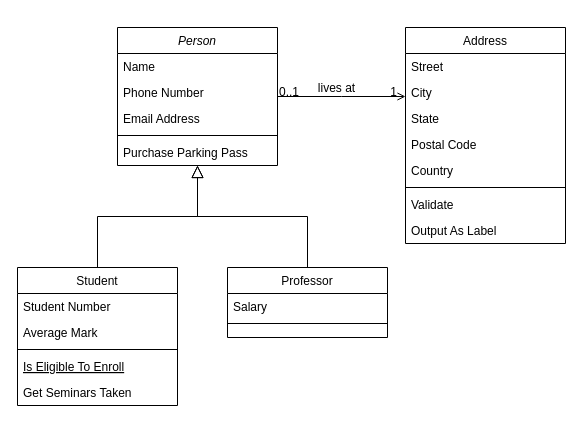
This is 小论文数据格式.drawio from qw-null/drawio, a draw.io file, before an edit. Source tidied: cells renumbered, new cells numbered last; positions are measured from the earlier drawing's top-left corner, leaving out a move shared by most shapes. Both pictures are drawn from the tidied source at 100%, with x=0, y=0 at pixel (17, 27).
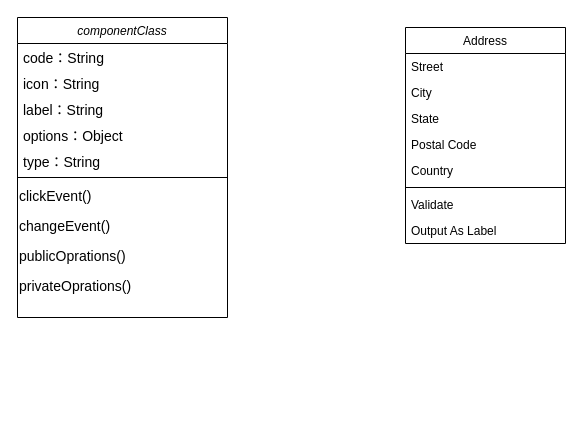
The same diagram, later.

Commit message:
更新小论文数据格式.drawio

The change refers to these unchanged cells:
```xml
<mxCell id="19" value="Address" style="swimlane;fontStyle=0;align=center;verticalAlign=top;horizontal=1;startSize=26;rounded=0;shadow=0;strokeWidth=1;" parent="1" vertex="1">
  <mxGeometry x="388" width="160" height="216" as="geometry" />
</mxCell>
```

What changed in the source:
```diff
@@
-    <mxCell id="2" value="Person" style="swimlane;fontStyle=2;align=center;verticalAlign=top;horizontal=1;startSize=26;rounded=0;shadow=0;strokeWidth=1;" parent="1" vertex="1">
-      <mxGeometry x="100" width="160" height="138" as="geometry" />
+    <mxCell id="2" value="componentClass" style="swimlane;fontStyle=2;align=center;verticalAlign=top;horizontal=1;startSize=26;rounded=0;shadow=0;strokeWidth=1;" parent="1" vertex="1">
+      <mxGeometry y="-10" width="210" height="300" as="geometry" />
     </mxCell>
-    <mxCell id="3" value="Name" style="text;align=left;verticalAlign=top;spacingLeft=4;spacingRight=4;overflow=hidden;" parent="2" vertex="1">
-      <mxGeometry y="26" width="160" height="26" as="geometry" />
+    <mxCell id="3" value="code：String" style="text;align=left;verticalAlign=top;spacingLeft=4;spacingRight=4;overflow=hidden;fontSize=14;" parent="2" vertex="1">
+      <mxGeometry y="26" width="210" height="26" as="geometry" />
     </mxCell>
-    <mxCell id="4" value="Phone Number" style="text;align=left;verticalAlign=top;spacingLeft=4;spacingRight=4;overflow=hidden;rounded=0;shadow=0;html=0;" parent="2" vertex="1">
-      <mxGeometry y="52" width="160" height="26" as="geometry" />
+    <mxCell id="4" value="icon：String" style="text;align=left;verticalAlign=top;spacingLeft=4;spacingRight=4;overflow=hidden;rounded=0;shadow=0;html=0;fontSize=14;" parent="2" vertex="1">
+      <mxGeometry y="52" width="210" height="26" as="geometry" />
     </mxCell>
-    <mxCell id="5" value="Email Address" style="text;align=left;verticalAlign=top;spacingLeft=4;spacingRight=4;overflow=hidden;rounded=0;shadow=0;html=0;" parent="2" vertex="1">
-      <mxGeometry y="78" width="160" height="26" as="geometry" />
+    <mxCell id="5" value="label：String" style="text;align=left;verticalAlign=top;spacingLeft=4;spacingRight=4;overflow=hidden;rounded=0;shadow=0;html=0;fontSize=14;" parent="2" vertex="1">
+      <mxGeometry y="78" width="210" height="26" as="geometry" />
     </mxCell>
+    <mxCell id="32" value="options：Object" style="text;align=left;verticalAlign=top;spacingLeft=4;spacingRight=4;overflow=hidden;rounded=0;shadow=0;html=0;fontSize=14;" parent="2" vertex="1">
+      <mxGeometry y="104" width="210" height="26" as="geometry" />
+    </mxCell>
+    <mxCell id="33" value="type：String" style="text;align=left;verticalAlign=top;spacingLeft=4;spacingRight=4;overflow=hidden;rounded=0;shadow=0;html=0;fontSize=14;" parent="2" vertex="1">
+      <mxGeometry y="130" width="210" height="26" as="geometry" />
+    </mxCell>
     <mxCell id="6" style="line;html=1;strokeWidth=1;align=left;verticalAlign=middle;spacingTop=-1;spacingLeft=3;spacingRight=3;labelPosition=right;" parent="2" vertex="1">
-      <mxGeometry y="104" width="160" height="8" as="geometry" />
+      <mxGeometry y="156" width="210" height="8" as="geometry" />
     </mxCell>
-    <mxCell id="7" value="Purchase Parking Pass" style="text;align=left;verticalAlign=top;spacingLeft=4;spacingRight=4;overflow=hidden;" parent="2" vertex="1">
-      <mxGeometry y="112" width="160" height="26" as="geometry" />
-    </mxCell>
-    <mxCell id="8" value="Student" style="swimlane;fontStyle=0;align=center;verticalAlign=top;horizontal=1;startSize=26;rounded=0;shadow=0;strokeWidth=1;" parent="1" vertex="1">
-      <mxGeometry y="240" width="160" height="138" as="geometry" />
-    </mxCell>
-    <mxCell id="9" value="Student Number" style="text;align=left;verticalAlign=top;spacingLeft=4;spacingRight=4;overflow=hidden;" parent="8" vertex="1">
-      <mxGeometry y="26" width="160" height="26" as="geometry" />
-    </mxCell>
-    <mxCell id="10" value="Average Mark" style="text;align=left;verticalAlign=top;spacingLeft=4;spacingRight=4;overflow=hidden;rounded=0;shadow=0;html=0;" parent="8" vertex="1">
-      <mxGeometry y="52" width="160" height="26" as="geometry" />
-    </mxCell>
-    <mxCell id="11" style="line;html=1;strokeWidth=1;align=left;verticalAlign=middle;spacingTop=-1;spacingLeft=3;spacingRight=3;labelPosition=right;" parent="8" vertex="1">
-      <mxGeometry y="78" width="160" height="8" as="geometry" />
-    </mxCell>
-    <mxCell id="12" value="Is Eligible To Enroll" style="text;align=left;verticalAlign=top;spacingLeft=4;spacingRight=4;overflow=hidden;fontStyle=4;" parent="8" vertex="1">
-      <mxGeometry y="86" width="160" height="26" as="geometry" />
-    </mxCell>
-    <mxCell id="13" value="Get Seminars Taken" style="text;align=left;verticalAlign=top;spacingLeft=4;spacingRight=4;overflow=hidden;" parent="8" vertex="1">
-      <mxGeometry y="112" width="160" height="26" as="geometry" />
-    </mxCell>
-    <mxCell id="14" style="endArrow=block;endSize=10;endFill=0;shadow=0;strokeWidth=1;rounded=0;edgeStyle=elbowEdgeStyle;elbow=vertical;" parent="1" edge="1" source="8" target="2">
-      <mxGeometry relative="1" as="geometry" />
-    </mxCell>
-    <mxCell id="15" value="Professor" style="swimlane;fontStyle=0;align=center;verticalAlign=top;horizontal=1;startSize=26;rounded=0;shadow=0;strokeWidth=1;" parent="1" vertex="1">
-      <mxGeometry x="210" y="240" width="160" height="70" as="geometry" />
-    </mxCell>
-    <mxCell id="16" value="Salary" style="text;align=left;verticalAlign=top;spacingLeft=4;spacingRight=4;overflow=hidden;" parent="15" vertex="1">
-      <mxGeometry y="26" width="160" height="26" as="geometry" />
-    </mxCell>
-    <mxCell id="17" style="line;html=1;strokeWidth=1;align=left;verticalAlign=middle;spacingTop=-1;spacingLeft=3;spacingRight=3;labelPosition=right;" parent="15" vertex="1">
-      <mxGeometry y="52" width="160" height="8" as="geometry" />
-    </mxCell>
-    <mxCell id="18" style="endArrow=block;endSize=10;endFill=0;shadow=0;strokeWidth=1;rounded=0;edgeStyle=elbowEdgeStyle;elbow=vertical;" parent="1" edge="1" source="15" target="2">
-      <mxGeometry relative="1" as="geometry" />
-    </mxCell>
+    <mxCell id="34" value="clickEvent()" style="text;html=1;align=left;verticalAlign=middle;strokeColor=none;fillColor=none;fontSize=14;" parent="2" vertex="1">
+      <mxGeometry y="164" width="210" height="30" as="geometry" />
+    </mxCell>
+    <mxCell id="35" value="changeEvent()" style="text;html=1;align=left;verticalAlign=middle;strokeColor=none;fillColor=none;fontSize=14;" parent="2" vertex="1">
+      <mxGeometry y="194" width="210" height="30" as="geometry" />
+    </mxCell>
+    <mxCell id="36" value="publicOprations()" style="text;html=1;align=left;verticalAlign=middle;strokeColor=none;fillColor=none;fontSize=14;" parent="2" vertex="1">
+      <mxGeometry y="224" width="210" height="30" as="geometry" />
+    </mxCell>
+    <mxCell id="37" value="privateOprations()" style="text;html=1;align=left;verticalAlign=middle;strokeColor=none;fillColor=none;fontSize=14;" parent="2" vertex="1">
+      <mxGeometry y="254" width="210" height="29" as="geometry" />
+    </mxCell>
@@
-    <mxCell id="28" style="endArrow=open;shadow=0;strokeWidth=1;rounded=0;endFill=1;edgeStyle=elbowEdgeStyle;elbow=vertical;" parent="1" edge="1" source="2" target="19">
-      <mxGeometry x="0.5" y="41" relative="1" as="geometry">
-        <mxPoint x="-40" y="32" as="offset" />
-      </mxGeometry>
-    </mxCell>
-    <mxCell id="29" value="0..1" style="align=left;verticalAlign=bottom;labelBackgroundColor=none;fontSize=12;" parent="28" vertex="1">
-      <mxGeometry x="-1" relative="1" as="geometry">
-        <mxPoint y="4" as="offset" />
-      </mxGeometry>
-    </mxCell>
-    <mxCell id="30" value="1" style="align=right;verticalAlign=bottom;labelBackgroundColor=none;fontSize=12;" parent="28" vertex="1">
-      <mxGeometry x="1" relative="1" as="geometry">
-        <mxPoint x="-7" y="4" as="offset" />
-      </mxGeometry>
-    </mxCell>
-    <mxCell id="31" value="lives at" style="text;html=1;align=center;verticalAlign=middle;labelBackgroundColor=none;rounded=0;shadow=0;strokeWidth=1;fontSize=12;" parent="28" vertex="1">
-      <mxGeometry x="0.5" y="49" relative="1" as="geometry">
-        <mxPoint x="-38" y="40" as="offset" />
-      </mxGeometry>
-    </mxCell>
```
